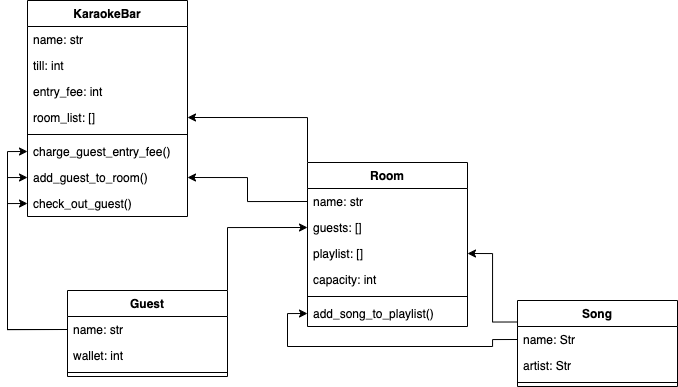
Above: CodeClan_Caraoke.png in StuMcA/multiclass_TDD_homework_ccc (draw.io), before the change. Source tidied: cells renumbered, new cells last; positions are measured from the earlier drawing's top-left corner, leaving out a move shared by most shapes. Its diagram source:
```xml
<mxGraphModel>
  <root>
    <mxCell id="0" />
    <mxCell id="1" parent="0" />
    <mxCell id="2" style="edgeStyle=orthogonalEdgeStyle;rounded=0;jettySize=auto;html=1;exitX=0;exitY=0;exitDx=0;exitDy=0;entryX=1;entryY=0.5;entryDx=0;entryDy=0;" parent="1" edge="1" source="3" target="24">
      <mxGeometry relative="1" as="geometry" />
    </mxCell>
    <mxCell id="3" value="Room" style="swimlane;fontStyle=1;align=center;verticalAlign=top;horizontal=1;startSize=26;" parent="1" vertex="1">
      <mxGeometry x="280" y="162" width="160" height="164" as="geometry" />
    </mxCell>
    <mxCell id="4" value="name: str" style="text;strokeColor=none;fillColor=none;align=left;verticalAlign=top;spacingLeft=4;spacingRight=4;overflow=hidden;points=[[0,0.5],[1,0.5]];portConstraint=eastwest;" parent="3" vertex="1">
      <mxGeometry y="26" width="160" height="26" as="geometry" />
    </mxCell>
    <mxCell id="5" value="guests: []" style="text;strokeColor=none;fillColor=none;align=left;verticalAlign=top;spacingLeft=4;spacingRight=4;overflow=hidden;points=[[0,0.5],[1,0.5]];portConstraint=eastwest;" parent="3" vertex="1">
      <mxGeometry y="52" width="160" height="26" as="geometry" />
    </mxCell>
    <mxCell id="6" value="playlist: []" style="text;strokeColor=none;fillColor=none;align=left;verticalAlign=top;spacingLeft=4;spacingRight=4;overflow=hidden;points=[[0,0.5],[1,0.5]];portConstraint=eastwest;" parent="3" vertex="1">
      <mxGeometry y="78" width="160" height="26" as="geometry" />
    </mxCell>
    <mxCell id="7" value="capacity: int" style="text;strokeColor=none;fillColor=none;align=left;verticalAlign=top;spacingLeft=4;spacingRight=4;overflow=hidden;" parent="3" vertex="1">
      <mxGeometry y="104" width="160" height="26" as="geometry" />
    </mxCell>
    <mxCell id="8" style="line;strokeWidth=1;fillColor=none;align=left;verticalAlign=middle;spacingTop=-1;spacingLeft=3;spacingRight=3;labelPosition=right;" parent="3" vertex="1">
      <mxGeometry y="130" width="160" height="8" as="geometry" />
    </mxCell>
    <mxCell id="9" value="add_song_to_playlist()" style="text;strokeColor=none;fillColor=none;align=left;verticalAlign=top;spacingLeft=4;spacingRight=4;overflow=hidden;points=[[0,0.5],[1,0.5]];portConstraint=eastwest;" parent="3" vertex="1">
      <mxGeometry y="138" width="160" height="26" as="geometry" />
    </mxCell>
    <mxCell id="10" style="edgeStyle=orthogonalEdgeStyle;rounded=0;jettySize=auto;html=1;exitX=0;exitY=0.25;exitDx=0;exitDy=0;entryX=1;entryY=0.5;entryDx=0;entryDy=0;" parent="1" edge="1" source="11" target="6">
      <mxGeometry relative="1" as="geometry" />
    </mxCell>
    <mxCell id="11" value="Song" style="swimlane;fontStyle=1;align=center;verticalAlign=top;horizontal=1;startSize=26;" parent="1" vertex="1">
      <mxGeometry x="490" y="300" width="160" height="86" as="geometry" />
    </mxCell>
    <mxCell id="12" value="name: Str" style="text;strokeColor=none;fillColor=none;align=left;verticalAlign=top;spacingLeft=4;spacingRight=4;overflow=hidden;points=[[0,0.5],[1,0.5]];portConstraint=eastwest;" parent="11" vertex="1">
      <mxGeometry y="26" width="160" height="26" as="geometry" />
    </mxCell>
    <mxCell id="13" value="artist: Str" style="text;strokeColor=none;fillColor=none;align=left;verticalAlign=top;spacingLeft=4;spacingRight=4;overflow=hidden;" parent="11" vertex="1">
      <mxGeometry y="52" width="160" height="26" as="geometry" />
    </mxCell>
    <mxCell id="14" style="line;strokeWidth=1;fillColor=none;align=left;verticalAlign=middle;spacingTop=-1;spacingLeft=3;spacingRight=3;labelPosition=right;" parent="11" vertex="1">
      <mxGeometry y="78" width="160" height="8" as="geometry" />
    </mxCell>
    <mxCell id="15" style="edgeStyle=orthogonalEdgeStyle;rounded=0;jettySize=auto;html=1;exitX=1;exitY=0;exitDx=0;exitDy=0;entryX=0;entryY=0.5;entryDx=0;entryDy=0;" parent="1" edge="1" source="16" target="5">
      <mxGeometry relative="1" as="geometry" />
    </mxCell>
    <mxCell id="16" value="Guest" style="swimlane;fontStyle=1;align=center;verticalAlign=top;horizontal=1;startSize=26;" parent="1" vertex="1">
      <mxGeometry x="40" y="290" width="160" height="86" as="geometry" />
    </mxCell>
    <mxCell id="17" value="name: str" style="text;strokeColor=none;fillColor=none;align=left;verticalAlign=top;spacingLeft=4;spacingRight=4;overflow=hidden;points=[[0,0.5],[1,0.5]];portConstraint=eastwest;" parent="16" vertex="1">
      <mxGeometry y="26" width="160" height="26" as="geometry" />
    </mxCell>
    <mxCell id="18" value="wallet: int" style="text;strokeColor=none;fillColor=none;align=left;verticalAlign=top;spacingLeft=4;spacingRight=4;overflow=hidden;" parent="16" vertex="1">
      <mxGeometry y="52" width="160" height="26" as="geometry" />
    </mxCell>
    <mxCell id="19" style="line;strokeWidth=1;fillColor=none;align=left;verticalAlign=middle;spacingTop=-1;spacingLeft=3;spacingRight=3;labelPosition=right;" parent="16" vertex="1">
      <mxGeometry y="78" width="160" height="8" as="geometry" />
    </mxCell>
    <mxCell id="20" value="KaraokeBar" style="swimlane;fontStyle=1;align=center;verticalAlign=top;horizontal=1;startSize=26;" parent="1" vertex="1">
      <mxGeometry width="160" height="216" as="geometry" />
    </mxCell>
    <mxCell id="21" value="name: str" style="text;strokeColor=none;fillColor=none;align=left;verticalAlign=top;spacingLeft=4;spacingRight=4;overflow=hidden;" parent="20" vertex="1">
      <mxGeometry y="26" width="160" height="26" as="geometry" />
    </mxCell>
    <mxCell id="22" value="till: int" style="text;strokeColor=none;fillColor=none;align=left;verticalAlign=top;spacingLeft=4;spacingRight=4;overflow=hidden;" parent="20" vertex="1">
      <mxGeometry y="52" width="160" height="26" as="geometry" />
    </mxCell>
    <mxCell id="23" value="entry_fee: int" style="text;strokeColor=none;fillColor=none;align=left;verticalAlign=top;spacingLeft=4;spacingRight=4;overflow=hidden;" parent="20" vertex="1">
      <mxGeometry y="78" width="160" height="26" as="geometry" />
    </mxCell>
    <mxCell id="24" value="room_list: []" style="text;strokeColor=none;fillColor=none;align=left;verticalAlign=top;spacingLeft=4;spacingRight=4;overflow=hidden;points=[[0,0.5],[1,0.5]];portConstraint=eastwest;" parent="20" vertex="1">
      <mxGeometry y="104" width="160" height="26" as="geometry" />
    </mxCell>
    <mxCell id="25" style="line;strokeWidth=1;fillColor=none;align=left;verticalAlign=middle;spacingTop=-1;spacingLeft=3;spacingRight=3;labelPosition=right;" parent="20" vertex="1">
      <mxGeometry y="130" width="160" height="8" as="geometry" />
    </mxCell>
    <mxCell id="26" value="charge_guest_entry_fee()" style="text;strokeColor=none;fillColor=none;align=left;verticalAlign=top;spacingLeft=4;spacingRight=4;overflow=hidden;points=[[0,0.5],[1,0.5]];portConstraint=eastwest;" parent="20" vertex="1">
      <mxGeometry y="138" width="160" height="26" as="geometry" />
    </mxCell>
    <mxCell id="27" value="add_guest_to_room()" style="text;strokeColor=none;fillColor=none;align=left;verticalAlign=top;spacingLeft=4;spacingRight=4;overflow=hidden;points=[[0,0.5],[1,0.5]];portConstraint=eastwest;" parent="20" vertex="1">
      <mxGeometry y="164" width="160" height="26" as="geometry" />
    </mxCell>
    <mxCell id="28" value="check_out_guest()" style="text;strokeColor=none;fillColor=none;align=left;verticalAlign=top;spacingLeft=4;spacingRight=4;overflow=hidden;points=[[0,0.5],[1,0.5]];portConstraint=eastwest;" parent="20" vertex="1">
      <mxGeometry y="190" width="160" height="26" as="geometry" />
    </mxCell>
    <mxCell id="29" style="edgeStyle=orthogonalEdgeStyle;rounded=0;jettySize=auto;html=1;exitX=0;exitY=0.5;exitDx=0;exitDy=0;entryX=0;entryY=0.5;entryDx=0;entryDy=0;" parent="1" edge="1" source="17" target="27">
      <mxGeometry relative="1" as="geometry" />
    </mxCell>
    <mxCell id="30" style="edgeStyle=orthogonalEdgeStyle;rounded=0;jettySize=auto;html=1;exitX=0;exitY=0.5;exitDx=0;exitDy=0;entryX=0;entryY=0.5;entryDx=0;entryDy=0;" parent="1" edge="1" source="17" target="28">
      <mxGeometry relative="1" as="geometry" />
    </mxCell>
    <mxCell id="31" style="edgeStyle=orthogonalEdgeStyle;rounded=0;jettySize=auto;html=1;exitX=0;exitY=0.5;exitDx=0;exitDy=0;entryX=0;entryY=0.5;entryDx=0;entryDy=0;" parent="1" edge="1" source="12" target="9">
      <mxGeometry relative="1" as="geometry" />
    </mxCell>
    <mxCell id="32" style="edgeStyle=orthogonalEdgeStyle;rounded=0;jettySize=auto;html=1;exitX=0;exitY=0.5;exitDx=0;exitDy=0;entryX=0;entryY=0.5;entryDx=0;entryDy=0;" parent="1" edge="1" source="17" target="26">
      <mxGeometry relative="1" as="geometry" />
    </mxCell>
    <mxCell id="33" style="edgeStyle=orthogonalEdgeStyle;rounded=0;jettySize=auto;html=1;exitX=0;exitY=0.5;exitDx=0;exitDy=0;entryX=1;entryY=0.5;entryDx=0;entryDy=0;" parent="1" edge="1" source="4" target="27">
      <mxGeometry relative="1" as="geometry" />
    </mxCell>
  </root>
</mxGraphModel>
```
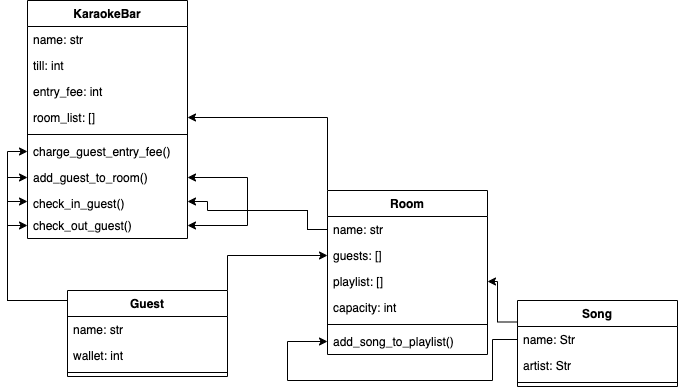
After the commit.

The edit, as a diff of the source:
```diff
@@ -6,7 +6,7 @@
       <mxGeometry relative="1" as="geometry" />
     </mxCell>
     <mxCell id="3" value="Room" style="swimlane;fontStyle=1;align=center;verticalAlign=top;horizontal=1;startSize=26;" parent="1" vertex="1">
-      <mxGeometry x="280" y="162" width="160" height="164" as="geometry" />
+      <mxGeometry x="300" y="190" width="160" height="164" as="geometry" />
     </mxCell>
     <mxCell id="4" value="name: str" style="text;strokeColor=none;fillColor=none;align=left;verticalAlign=top;spacingLeft=4;spacingRight=4;overflow=hidden;points=[[0,0.5],[1,0.5]];portConstraint=eastwest;" parent="3" vertex="1">
       <mxGeometry y="26" width="160" height="26" as="geometry" />
@@ -57,7 +57,7 @@
       <mxGeometry y="78" width="160" height="8" as="geometry" />
     </mxCell>
     <mxCell id="20" value="KaraokeBar" style="swimlane;fontStyle=1;align=center;verticalAlign=top;horizontal=1;startSize=26;" parent="1" vertex="1">
-      <mxGeometry width="160" height="216" as="geometry" />
+      <mxGeometry width="160" height="238" as="geometry" />
     </mxCell>
     <mxCell id="21" value="name: str" style="text;strokeColor=none;fillColor=none;align=left;verticalAlign=top;spacingLeft=4;spacingRight=4;overflow=hidden;" parent="20" vertex="1">
       <mxGeometry y="26" width="160" height="26" as="geometry" />
@@ -80,23 +80,87 @@
     <mxCell id="27" value="add_guest_to_room()" style="text;strokeColor=none;fillColor=none;align=left;verticalAlign=top;spacingLeft=4;spacingRight=4;overflow=hidden;points=[[0,0.5],[1,0.5]];portConstraint=eastwest;" parent="20" vertex="1">
       <mxGeometry y="164" width="160" height="26" as="geometry" />
     </mxCell>
+    <mxCell id="34" value="check_in_guest()" style="text;strokeColor=none;fillColor=none;align=left;verticalAlign=top;spacingLeft=4;spacingRight=4;overflow=hidden;points=[[0,0.5],[1,0.5]];portConstraint=eastwest;" parent="20" vertex="1">
+      <mxGeometry y="190" width="160" height="22" as="geometry" />
+    </mxCell>
     <mxCell id="28" value="check_out_guest()" style="text;strokeColor=none;fillColor=none;align=left;verticalAlign=top;spacingLeft=4;spacingRight=4;overflow=hidden;points=[[0,0.5],[1,0.5]];portConstraint=eastwest;" parent="20" vertex="1">
-      <mxGeometry y="190" width="160" height="26" as="geometry" />
+      <mxGeometry y="212" width="160" height="26" as="geometry" />
     </mxCell>
     <mxCell id="29" style="edgeStyle=orthogonalEdgeStyle;rounded=0;jettySize=auto;html=1;exitX=0;exitY=0.5;exitDx=0;exitDy=0;entryX=0;entryY=0.5;entryDx=0;entryDy=0;" parent="1" edge="1" source="17" target="27">
-      <mxGeometry relative="1" as="geometry" />
+      <mxGeometry relative="1" as="geometry">
+        <Array as="points">
+          <mxPoint x="40" y="300" />
+          <mxPoint x="-20" y="300" />
+          <mxPoint x="-20" y="177" />
+        </Array>
+      </mxGeometry>
     </mxCell>
     <mxCell id="30" style="edgeStyle=orthogonalEdgeStyle;rounded=0;jettySize=auto;html=1;exitX=0;exitY=0.5;exitDx=0;exitDy=0;entryX=0;entryY=0.5;entryDx=0;entryDy=0;" parent="1" edge="1" source="17" target="28">
-      <mxGeometry relative="1" as="geometry" />
+      <mxGeometry relative="1" as="geometry">
+        <Array as="points">
+          <mxPoint x="40" y="300" />
+          <mxPoint x="-20" y="300" />
+          <mxPoint x="-20" y="225" />
+        </Array>
+      </mxGeometry>
     </mxCell>
     <mxCell id="31" style="edgeStyle=orthogonalEdgeStyle;rounded=0;jettySize=auto;html=1;exitX=0;exitY=0.5;exitDx=0;exitDy=0;entryX=0;entryY=0.5;entryDx=0;entryDy=0;" parent="1" edge="1" source="12" target="9">
-      <mxGeometry relative="1" as="geometry" />
+      <mxGeometry relative="1" as="geometry">
+        <Array as="points">
+          <mxPoint x="465" y="339" />
+          <mxPoint x="465" y="380" />
+          <mxPoint x="260" y="380" />
+          <mxPoint x="260" y="341" />
+        </Array>
+      </mxGeometry>
     </mxCell>
     <mxCell id="32" style="edgeStyle=orthogonalEdgeStyle;rounded=0;jettySize=auto;html=1;exitX=0;exitY=0.5;exitDx=0;exitDy=0;entryX=0;entryY=0.5;entryDx=0;entryDy=0;" parent="1" edge="1" source="17" target="26">
-      <mxGeometry relative="1" as="geometry" />
+      <mxGeometry relative="1" as="geometry">
+        <Array as="points">
+          <mxPoint x="40" y="300" />
+          <mxPoint x="-20" y="300" />
+          <mxPoint x="-20" y="151" />
+        </Array>
+      </mxGeometry>
     </mxCell>
     <mxCell id="33" style="edgeStyle=orthogonalEdgeStyle;rounded=0;jettySize=auto;html=1;exitX=0;exitY=0.5;exitDx=0;exitDy=0;entryX=1;entryY=0.5;entryDx=0;entryDy=0;" parent="1" edge="1" source="4" target="27">
-      <mxGeometry relative="1" as="geometry" />
+      <mxGeometry relative="1" as="geometry">
+        <Array as="points">
+          <mxPoint x="280" y="229" />
+          <mxPoint x="280" y="210" />
+          <mxPoint x="220" y="210" />
+          <mxPoint x="220" y="177" />
+        </Array>
+      </mxGeometry>
     </mxCell>
+    <mxCell id="35" style="edgeStyle=orthogonalEdgeStyle;rounded=0;jettySize=auto;html=1;exitX=0;exitY=0.5;exitDx=0;exitDy=0;entryX=0;entryY=0.5;entryDx=0;entryDy=0;" parent="1" edge="1" source="17" target="34">
+      <mxGeometry relative="1" as="geometry">
+        <Array as="points">
+          <mxPoint x="40" y="300" />
+          <mxPoint x="-20" y="300" />
+          <mxPoint x="-20" y="201" />
+        </Array>
+      </mxGeometry>
+    </mxCell>
+    <mxCell id="36" style="edgeStyle=orthogonalEdgeStyle;rounded=0;jettySize=auto;html=1;exitX=0;exitY=0.5;exitDx=0;exitDy=0;entryX=1;entryY=0.5;entryDx=0;entryDy=0;" parent="1" edge="1" source="4" target="34">
+      <mxGeometry relative="1" as="geometry">
+        <Array as="points">
+          <mxPoint x="280" y="229" />
+          <mxPoint x="280" y="210" />
+          <mxPoint x="180" y="210" />
+          <mxPoint x="180" y="201" />
+        </Array>
+      </mxGeometry>
+    </mxCell>
+    <mxCell id="37" style="edgeStyle=orthogonalEdgeStyle;rounded=0;jettySize=auto;html=1;exitX=0;exitY=0.5;exitDx=0;exitDy=0;entryX=1;entryY=0.5;entryDx=0;entryDy=0;" parent="1" edge="1" source="4" target="28">
+      <mxGeometry relative="1" as="geometry">
+        <Array as="points">
+          <mxPoint x="280" y="229" />
+          <mxPoint x="280" y="210" />
+          <mxPoint x="220" y="210" />
+          <mxPoint x="220" y="225" />
+        </Array>
+      </mxGeometry>
+    </mxCell>
   </root>
 </mxGraphModel>
```
